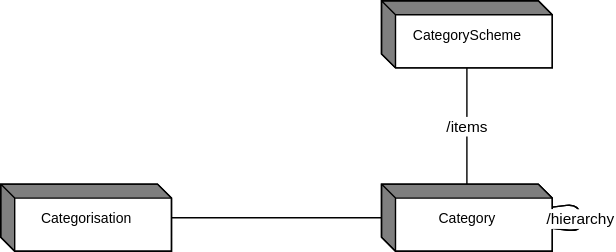
Before: docs/information_model/media/sdmx_categoryscheme-categoryscheme_relationship.svg, a diagram exported from draw.io (sdmx-twg/sdmx-im). Source tidied: cells renumbered, new cells last; positions are measured from the earlier drawing's top-left corner, leaving out a move shared by most shapes.
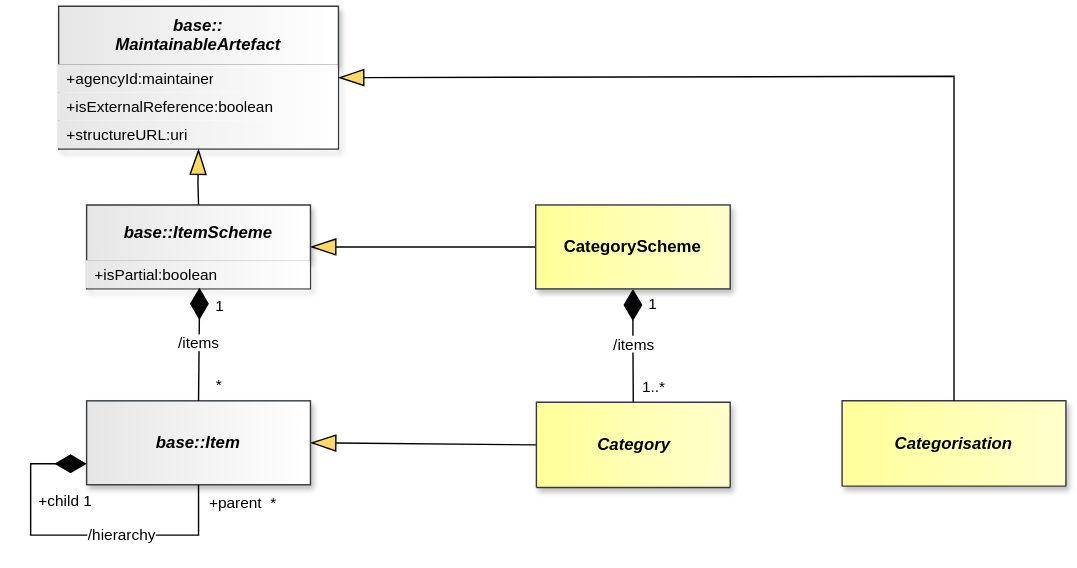
After the commit.

Diff of the diagram source:
```diff
@@ -2,35 +2,113 @@
   <root>
     <mxCell id="0" />
     <mxCell id="1" parent="0" />
-    <mxCell id="2" value="CategoryScheme" style="shape=mxgraph.dfd.externalEntity;fontSize=10;" parent="1" vertex="1">
-      <mxGeometry x="272" width="122" height="48" as="geometry" />
-    </mxCell>
-    <mxCell id="3" value="Categorisation" style="shape=mxgraph.dfd.externalEntity;fontSize=10;" parent="1" vertex="1">
-      <mxGeometry y="131" width="122" height="48" as="geometry" />
-    </mxCell>
-    <mxCell id="4" value="Category" style="shape=mxgraph.dfd.externalEntity;fontSize=10;" parent="1" vertex="1">
-      <mxGeometry x="272" y="131" width="122" height="48" as="geometry" />
-    </mxCell>
-    <mxCell id="5" value="/items" style="endArrow=none;" parent="1" edge="1" source="4" target="2">
-      <mxGeometry relative="1" as="geometry" />
-    </mxCell>
     <mxCell id="6" style="endArrow=none;" parent="1" edge="1">
       <mxGeometry relative="1" as="geometry" />
     </mxCell>
     <mxCell id="7" style="endArrow=none;" parent="1" edge="1">
       <mxGeometry relative="1" as="geometry" />
     </mxCell>
-    <mxCell id="8" style="endArrow=none;" parent="1" edge="1" source="3" target="4">
-      <mxGeometry relative="1" as="geometry" />
-    </mxCell>
-    <mxCell id="9" style="endArrow=none;" parent="1" edge="1" source="3">
-      <mxGeometry relative="1" as="geometry" />
-    </mxCell>
-    <mxCell id="10" value="/hierarchy" style="endArrow=none;" parent="1" edge="1" source="4" target="4">
-      <mxGeometry relative="1" as="geometry" />
-    </mxCell>
-    <mxCell id="11" value="/hierarchy" style="endArrow=none;" parent="1" edge="1" source="4" target="4">
-      <mxGeometry relative="1" as="geometry" />
-    </mxCell>
+    <mxCell id="12" value="base::&lt;br&gt;MaintainableArtefact" style="swimlane;fontStyle=3;align=center;verticalAlign=top;horizontal=1;startSize=42;whiteSpace=wrap;html=1;strokeColor=#36393d;fontFamily=Helvetica;fontSize=12;fillColor=light-dark(#E6E6E6,#E6E6E6);gradientDirection=east;gradientColor=light-dark(#FFFFFF,#FFFFFF);fontColor=light-dark(#000000,#000000);shadow=1;" parent="1" vertex="1">
+      <mxGeometry x="-60" y="50" width="200" height="102" as="geometry" />
+    </mxCell>
+    <mxCell id="13" value="+agencyId:maintainer" style="text;strokeColor=none;fillColor=light-dark(#E6E6E6,#E6E6E6);align=left;verticalAlign=middle;spacingLeft=4;spacingRight=4;overflow=hidden;whiteSpace=wrap;html=1;fontFamily=Helvetica;fontSize=11;fontColor=light-dark(#000000,#000000);fontStyle=0;gradientColor=light-dark(#FFFFFF,#FFFFFF);gradientDirection=east;" parent="12" vertex="1">
+      <mxGeometry y="42" width="200" height="20" as="geometry" />
+    </mxCell>
+    <mxCell id="14" value="+isExternalReference:boolean" style="text;strokeColor=none;fillColor=light-dark(#E6E6E6,#E6E6E6);align=left;verticalAlign=middle;spacingLeft=4;spacingRight=4;overflow=hidden;whiteSpace=wrap;html=1;fontFamily=Helvetica;fontSize=11;fontColor=light-dark(#000000,#000000);fontStyle=0;gradientColor=light-dark(#FFFFFF,#FFFFFF);gradientDirection=east;" parent="12" vertex="1">
+      <mxGeometry y="62" width="200" height="20" as="geometry" />
+    </mxCell>
+    <mxCell id="15" value="+structureURL:uri" style="text;strokeColor=none;fillColor=light-dark(#E6E6E6,#E6E6E6);align=left;verticalAlign=middle;spacingLeft=4;spacingRight=4;overflow=hidden;whiteSpace=wrap;html=1;fontFamily=Helvetica;fontSize=11;fontColor=light-dark(#000000,#000000);fontStyle=0;gradientColor=light-dark(#FFFFFF,#FFFFFF);gradientDirection=east;" parent="12" vertex="1">
+      <mxGeometry y="82" width="200" height="20" as="geometry" />
+    </mxCell>
+    <mxCell id="16" style="endArrow=blockThin;endSize=16;endFill=1;html=1;rounded=0;exitX=0.5;exitY=0;exitDx=0;exitDy=0;startFill=0;endFillColor=light-dark(#FFD966,#FFD966);strokeColor=light-dark(#000000,#FFFFFF);startFillColor=light-dark(#000000,#FFFFFF);labelBackgroundColor=none;labelBorderColor=light-dark(#000000,#FFFFFF);entryX=0.5;entryY=1;entryDx=0;entryDy=0;" parent="1" edge="1" source="23" target="12">
+      <mxGeometry relative="1" as="geometry">
+        <Array as="points">
+          <mxPoint x="39.6" y="176" />
+        </Array>
+      </mxGeometry>
+    </mxCell>
+    <mxCell id="17" value="base::Item" style="whiteSpace=wrap;html=1;verticalAlign=middle;gradientDirection=east;imageVerticalAlign=top;fontStyle=3;fillColor=light-dark(#E6E6E6,#E6E6E6);strokeColor=#36393d;fontColor=light-dark(#000000,#000000);gradientColor=light-dark(#FFFFFF,#FFFFFF);shadow=1;" parent="1" vertex="1">
+      <mxGeometry x="-40" y="332" width="160" height="60" as="geometry" />
+    </mxCell>
+    <mxCell id="18" value="&lt;font style=&quot;color: light-dark(rgb(0, 0, 0), rgb(255, 255, 255)); background-color: light-dark(rgb(255, 255, 255), rgb(0, 0, 0));&quot;&gt;/hierarchy&lt;/font&gt;" style="endArrow=none;html=1;endSize=12;startArrow=diamondThin;startSize=20;startFill=1;edgeStyle=orthogonalEdgeStyle;rounded=0;endFill=0;strokeColor=light-dark(#000000,#FFFFFF);fontColor=light-dark(#000000,#FFFFFF);labelBackgroundColor=none;entryX=0.5;entryY=1;entryDx=0;entryDy=0;exitX=0;exitY=0.75;exitDx=0;exitDy=0;" parent="1" edge="1" source="17" target="17">
+      <mxGeometry x="0.27" relative="1" as="geometry">
+        <Array as="points">
+          <mxPoint x="-80" y="377" />
+          <mxPoint x="-80" y="428" />
+          <mxPoint x="40" y="428" />
+        </Array>
+      </mxGeometry>
+    </mxCell>
+    <mxCell id="19" value="+child 1" style="edgeLabel;html=1;align=left;verticalAlign=top;labelBackgroundColor=none;fontColor=light-dark(#000000,#FFFFFF);" parent="18" vertex="1">
+      <mxGeometry x="-1" relative="1" as="geometry">
+        <mxPoint x="-36" y="14" as="offset" />
+      </mxGeometry>
+    </mxCell>
+    <mxCell id="20" value="+parent&amp;nbsp; *" style="edgeLabel;html=1;align=right;verticalAlign=top;labelBackgroundColor=none;fontColor=light-dark(#000000,#FFFFFF);" parent="18" vertex="1">
+      <mxGeometry x="1" relative="1" as="geometry">
+        <mxPoint x="56" as="offset" />
+      </mxGeometry>
+    </mxCell>
+    <mxCell id="21" value="&lt;font style=&quot;color: light-dark(rgb(0, 0, 0), rgb(255, 255, 255)); background-color: light-dark(rgb(255, 255, 255), rgb(0, 0, 0));&quot;&gt;/items&lt;/font&gt;" style="endArrow=none;html=1;endSize=12;startArrow=diamondThin;startSize=20;startFill=1;edgeStyle=orthogonalEdgeStyle;rounded=0;endFill=0;strokeColor=light-dark(#000000,#FFFFFF);fontColor=light-dark(#000000,#FFFFFF);labelBackgroundColor=none;exitX=0.5;exitY=1;exitDx=0;exitDy=0;entryX=0.5;entryY=0;entryDx=0;entryDy=0;" parent="1" edge="1" source="2" target="4">
+      <mxGeometry x="-0.01" relative="1" as="geometry">
+        <Array as="points">
+          <mxPoint x="351" y="291" />
+          <mxPoint x="350" y="333" />
+        </Array>
+      </mxGeometry>
+    </mxCell>
+    <mxCell id="22" value="1..*" style="edgeLabel;html=1;align=right;verticalAlign=top;labelBackgroundColor=none;fontColor=light-dark(#000000,#FFFFFF);" parent="21" vertex="1">
+      <mxGeometry x="1" relative="1" as="geometry">
+        <mxPoint x="23" y="-24" as="offset" />
+      </mxGeometry>
+    </mxCell>
+    <mxCell id="23" value="base::ItemScheme" style="swimlane;fontStyle=3;align=center;verticalAlign=middle;horizontal=1;startSize=40;whiteSpace=wrap;html=1;strokeColor=#36393d;fontFamily=Helvetica;fontSize=12;fillColor=light-dark(#E6E6E6,#E6E6E6);gradientDirection=east;gradientColor=light-dark(#FFFFFF,#FFFFFF);fontColor=light-dark(#000000,#000000);shadow=1;" parent="1" vertex="1">
+      <mxGeometry x="-40" y="192" width="160" height="60" as="geometry" />
+    </mxCell>
+    <mxCell id="24" value="+isPartial:boolean" style="text;strokeColor=none;fillColor=light-dark(#E6E6E6,#E6E6E6);align=left;verticalAlign=middle;spacingLeft=4;spacingRight=4;overflow=hidden;points=[[0,0.5],[1,0.5]];portConstraint=eastwest;whiteSpace=wrap;html=1;fontFamily=Helvetica;fontSize=11;fontColor=light-dark(#000000,#000000);fontStyle=0;gradientColor=light-dark(#FFFFFF,#FFFFFF);gradientDirection=east;" parent="23" vertex="1">
+      <mxGeometry y="40" width="160" height="20" as="geometry" />
+    </mxCell>
+    <mxCell id="25" style="endArrow=blockThin;endSize=16;endFill=1;html=1;rounded=0;exitX=0;exitY=0.5;exitDx=0;exitDy=0;startFill=0;endFillColor=light-dark(#FFD966,#FFD966);strokeColor=light-dark(#000000,#FFFFFF);startFillColor=light-dark(#000000,#FFFFFF);labelBackgroundColor=none;labelBorderColor=light-dark(#000000,#FFFFFF);entryX=1;entryY=0.5;entryDx=0;entryDy=0;" parent="1" edge="1" source="2" target="23">
+      <mxGeometry relative="1" as="geometry" />
+    </mxCell>
+    <mxCell id="26" style="endArrow=blockThin;endSize=16;endFill=1;html=1;rounded=0;exitX=0;exitY=0.5;exitDx=0;exitDy=0;startFill=0;endFillColor=light-dark(#FFD966,#FFD966);strokeColor=light-dark(#000000,#FFFFFF);startFillColor=light-dark(#000000,#FFFFFF);labelBackgroundColor=none;labelBorderColor=light-dark(#000000,#FFFFFF);entryX=1;entryY=0.5;entryDx=0;entryDy=0;" parent="1" edge="1" source="4" target="17">
+      <mxGeometry relative="1" as="geometry" />
+    </mxCell>
+    <mxCell id="27" value="1" style="edgeLabel;html=1;align=left;verticalAlign=top;labelBackgroundColor=none;fontColor=light-dark(#000000,#FFFFFF);" parent="1" vertex="1">
+      <mxGeometry x="360" y="250" as="geometry" />
+    </mxCell>
+    <mxCell id="28" value="&lt;font style=&quot;color: light-dark(rgb(0, 0, 0), rgb(255, 255, 255)); background-color: light-dark(rgb(255, 255, 255), rgb(0, 0, 0));&quot;&gt;/items&lt;/font&gt;" style="endArrow=none;html=1;endSize=12;startArrow=diamondThin;startSize=20;startFill=1;edgeStyle=orthogonalEdgeStyle;rounded=0;endFill=0;strokeColor=light-dark(#000000,#FFFFFF);fontColor=light-dark(#000000,#FFFFFF);labelBackgroundColor=none;entryX=0.5;entryY=0;entryDx=0;entryDy=0;exitX=0.504;exitY=0.96;exitDx=0;exitDy=0;exitPerimeter=0;" parent="1" edge="1" source="24" target="17">
+      <mxGeometry x="-0.02" relative="1" as="geometry">
+        <Array as="points">
+          <mxPoint x="41" y="271" />
+        </Array>
+      </mxGeometry>
+    </mxCell>
+    <mxCell id="29" value="*" style="edgeLabel;html=1;align=right;verticalAlign=top;labelBackgroundColor=none;fontColor=light-dark(#000000,#FFFFFF);" parent="28" vertex="1">
+      <mxGeometry x="1" relative="1" as="geometry">
+        <mxPoint x="17" y="-24" as="offset" />
+      </mxGeometry>
+    </mxCell>
+    <mxCell id="30" value="1" style="edgeLabel;html=1;align=center;verticalAlign=middle;fontSize=11;" parent="28" vertex="1">
+      <mxGeometry x="-0.69" y="2" relative="1" as="geometry">
+        <mxPoint x="12" as="offset" />
+      </mxGeometry>
+    </mxCell>
+    <mxCell id="2" value="CategoryScheme" style="whiteSpace=wrap;html=1;verticalAlign=middle;gradientDirection=east;imageVerticalAlign=top;fontStyle=1;fillColor=light-dark(#FFFF99,#FFFF99);strokeColor=#36393d;fontColor=light-dark(#000000,#000000);gradientColor=light-dark(#FFFFCC,#FFFFCC);shadow=1;" parent="1" vertex="1">
+      <mxGeometry x="281" y="192" width="139" height="60" as="geometry" />
+    </mxCell>
+    <mxCell id="4" value="Category" style="swimlane;fontStyle=3;align=center;verticalAlign=middle;horizontal=1;startSize=61;whiteSpace=wrap;html=1;strokeColor=#36393d;fontFamily=Helvetica;fontSize=12;fillColor=light-dark(#FFFF99,#FFFF99);gradientDirection=east;gradientColor=light-dark(#FFFFCC,#FFFFCC);fontColor=light-dark(#000000,#000000);shadow=1;" parent="1" vertex="1">
+      <mxGeometry x="281.5" y="333" width="138.5" height="61" as="geometry" />
+    </mxCell>
+    <mxCell id="3" value="Categorisation" style="swimlane;fontStyle=3;align=center;verticalAlign=middle;horizontal=1;startSize=61;whiteSpace=wrap;html=1;strokeColor=#36393d;fontFamily=Helvetica;fontSize=12;fillColor=light-dark(#FFFF99,#FFFF99);gradientDirection=east;gradientColor=light-dark(#FFFFCC,#FFFFCC);fontColor=light-dark(#000000,#000000);shadow=1;" parent="1" vertex="1">
+      <mxGeometry x="500" y="332" width="160" height="61" as="geometry" />
+    </mxCell>
+    <mxCell id="31" style="endArrow=blockThin;endSize=16;endFill=1;html=1;rounded=0;exitX=0.5;exitY=0;exitDx=0;exitDy=0;startFill=0;endFillColor=light-dark(#FFD966,#FFD966);strokeColor=light-dark(#000000,#FFFFFF);startFillColor=light-dark(#000000,#FFFFFF);labelBackgroundColor=none;labelBorderColor=light-dark(#000000,#FFFFFF);entryX=1;entryY=0.5;entryDx=0;entryDy=0;" parent="1" edge="1" source="3" target="12">
+      <mxGeometry relative="1" as="geometry">
+        <Array as="points">
+          <mxPoint x="580" y="100" />
+        </Array>
+      </mxGeometry>
+    </mxCell>
   </root>
 </mxGraphModel>
```
